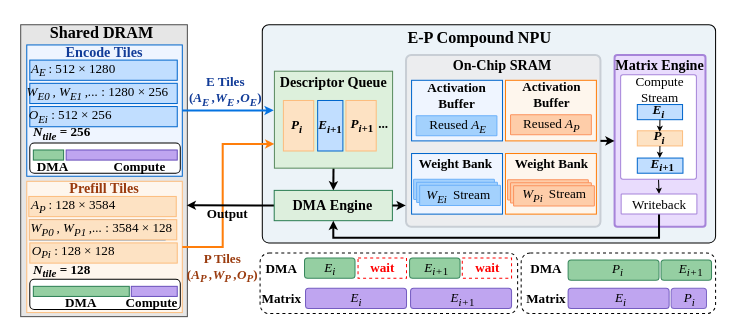
icszhr/hermes keeps this draw.io diagram as figures/nputile.drawio. Above is the earlier version. Source tidied: cells renumbered, new cells numbered last; positions are measured from the earlier drawing's top-left corner, leaving out a move shared by most shapes. Both pictures are drawn from the tidied source at 101%, with x=0, y=0 at pixel (16, 17).
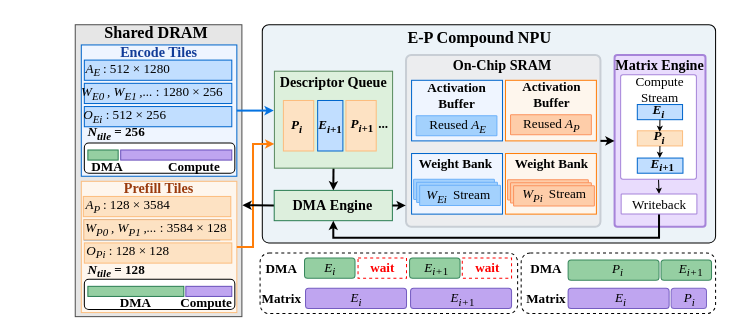
After the change.

The change refers to these unchanged cells:
```xml
<mxCell id="64" style="rounded=0;whiteSpace=wrap;html=1;fillColor=light-dark(#ddf0dc, #ededed);strokeColor=light-dark(#598b5f, #ededed);fontSize=13;" parent="1" vertex="1">
  <mxGeometry x="255.2" y="53" width="117" height="96" as="geometry" />
</mxCell>
<mxCell id="67" style="rounded=0;whiteSpace=wrap;html=1;fillColor=light-dark(#ddefdd, #ededed);strokeColor=light-dark(#2a7d52, #ededed);fontSize=13;" parent="1" vertex="1">
  <mxGeometry x="255" y="171" width="117" height="30" as="geometry" />
</mxCell>
```

Diff of the diagram source:
```diff
@@
     <mxCell id="2" style="rounded=0;whiteSpace=wrap;html=1;fillColor=light-dark(#e6e6e6, #ededed);strokeColor=#4D4D4D;fontSize=13;" parent="1" vertex="1">
-      <mxGeometry x="4" y="7" width="165" height="289" as="geometry" />
+      <mxGeometry x="58" y="7" width="165" height="289" as="geometry" />
     </mxCell>
@@
     <mxCell id="10" value="Shared DRAM" style="text;html=1;whiteSpace=wrap;strokeColor=none;fillColor=none;align=center;verticalAlign=middle;rounded=0;fontFamily=Times New Roman;fontStyle=1;fontSize=16;" parent="1" vertex="1">
-      <mxGeometry x="24.5" width="119" height="30" as="geometry" />
+      <mxGeometry x="78.5" width="119" height="30" as="geometry" />
     </mxCell>
     <mxCell id="11" style="rounded=0;whiteSpace=wrap;html=1;fillColor=light-dark(#eff5ff, #ededed);strokeColor=light-dark(#0066cc, #ededed);fontSize=13;" parent="1" vertex="1">
-      <mxGeometry x="10" y="27" width="154" height="130" as="geometry" />
+      <mxGeometry x="64" y="27" width="154" height="130" as="geometry" />
     </mxCell>
     <mxCell id="12" value="&lt;font face=&quot;Times New Roman&quot;&gt;Encode Tiles&lt;/font&gt;" style="text;html=1;whiteSpace=wrap;strokeColor=none;fillColor=none;align=center;verticalAlign=middle;rounded=0;fontStyle=1;fontColor=light-dark(#123c98, #56aeff);fontSize=14;" parent="1" vertex="1">
-      <mxGeometry x="47" y="19" width="80" height="30" as="geometry" />
+      <mxGeometry x="101" y="19" width="80" height="30" as="geometry" />
     </mxCell>
     <mxCell id="13" style="rounded=0;whiteSpace=wrap;html=1;fillColor=light-dark(#C1DEFF,#EDEDED);strokeColor=light-dark(#0066cc, #ededed);fontSize=13;" parent="1" vertex="1">
-      <mxGeometry x="13" y="42" width="146" height="20" as="geometry" />
+      <mxGeometry x="67" y="42" width="146" height="20" as="geometry" />
     </mxCell>
     <mxCell id="14" value="&lt;font face=&quot;Times New Roman&quot; style=&quot;font-weight: normal; color: rgb(0, 0, 0);&quot;&gt;&lt;i&gt;A&lt;sub&gt;&lt;font&gt;E&lt;/font&gt;&amp;nbsp;&lt;/sub&gt;&lt;/i&gt;: 512&amp;nbsp;&lt;span style=&quot;color: light-dark(rgb(0, 0, 0), rgb(237, 237, 237)); background-color: transparent;&quot;&gt;× 1280&lt;/span&gt;&lt;span style=&quot;color: light-dark(rgb(0, 0, 0), rgb(237, 237, 237)); background-color: transparent;&quot;&gt;&amp;nbsp;&lt;/span&gt;&lt;br&gt;&lt;/font&gt;" style="text;html=1;whiteSpace=wrap;strokeColor=none;fillColor=none;align=center;verticalAlign=middle;rounded=0;fontStyle=1;fontColor=#0066CC;fontSize=13;" parent="1" vertex="1">
-      <mxGeometry x="13" y="37" width="90" height="30" as="geometry" />
+      <mxGeometry x="67" y="37" width="90" height="30" as="geometry" />
     </mxCell>
     <mxCell id="15" style="rounded=0;whiteSpace=wrap;html=1;fillColor=light-dark(#C1DEFF,#EDEDED);strokeColor=light-dark(#0066cc, #ededed);fontSize=13;" parent="1" vertex="1">
-      <mxGeometry x="13" y="65" width="146" height="20" as="geometry" />
+      <mxGeometry x="67" y="65" width="146" height="20" as="geometry" />
     </mxCell>
     <mxCell id="16" value="&lt;font face=&quot;Times New Roman&quot; style=&quot;font-weight: normal; color: rgb(0, 0, 0);&quot;&gt;&lt;i&gt;W&lt;sub&gt;&lt;font&gt;E0&lt;/font&gt;&amp;nbsp;&lt;/sub&gt;,&amp;nbsp;&lt;/i&gt;&lt;i&gt;W&lt;sub&gt;&lt;font&gt;E1&lt;/font&gt; &lt;/sub&gt;,...&amp;nbsp;&lt;/i&gt;: 1280&amp;nbsp;&lt;span style=&quot;color: light-dark(rgb(0, 0, 0), rgb(237, 237, 237)); background-color: transparent;&quot;&gt;× 256&lt;/span&gt;&lt;span style=&quot;color: light-dark(rgb(0, 0, 0), rgb(237, 237, 237)); background-color: transparent;&quot;&gt;&amp;nbsp;&lt;/span&gt;&lt;br&gt;&lt;/font&gt;" style="text;html=1;whiteSpace=wrap;strokeColor=none;fillColor=none;align=center;verticalAlign=middle;rounded=0;fontStyle=1;fontColor=#0066CC;fontSize=13;" parent="1" vertex="1">
-      <mxGeometry x="9" y="65" width="146" height="20" as="geometry" />
+      <mxGeometry x="63" y="65" width="146" height="20" as="geometry" />
     </mxCell>
     <mxCell id="17" style="rounded=0;whiteSpace=wrap;html=1;fillColor=light-dark(#C1DEFF,#EDEDED);strokeColor=light-dark(#0066cc, #ededed);fontSize=13;" parent="1" vertex="1">
-      <mxGeometry x="13" y="88" width="146" height="20" as="geometry" />
+      <mxGeometry x="67" y="88" width="146" height="20" as="geometry" />
     </mxCell>
     <mxCell id="18" value="&lt;font face=&quot;Times New Roman&quot; style=&quot;font-weight: normal; color: rgb(0, 0, 0);&quot;&gt;&lt;i&gt;O&lt;sub&gt;&lt;font&gt;Ei&lt;/font&gt;&lt;/sub&gt;&lt;/i&gt;&lt;i&gt;&amp;nbsp;&lt;/i&gt;: 512&amp;nbsp;&lt;span style=&quot;color: light-dark(rgb(0, 0, 0), rgb(237, 237, 237)); background-color: transparent;&quot;&gt;× 256&lt;/span&gt;&lt;span style=&quot;color: light-dark(rgb(0, 0, 0), rgb(237, 237, 237)); background-color: transparent;&quot;&gt;&amp;nbsp;&lt;/span&gt;&lt;br&gt;&lt;/font&gt;" style="text;html=1;whiteSpace=wrap;strokeColor=none;fillColor=none;align=center;verticalAlign=middle;rounded=0;fontStyle=1;fontColor=#0066CC;fontSize=13;" parent="1" vertex="1">
-      <mxGeometry x="10" y="88" width="90" height="20" as="geometry" />
+      <mxGeometry x="64" y="88" width="90" height="20" as="geometry" />
     </mxCell>
     <mxCell id="19" style="rounded=1;whiteSpace=wrap;html=1;fontSize=13;" parent="1" vertex="1">
-      <mxGeometry x="13" y="124" width="149" height="30" as="geometry" />
+      <mxGeometry x="67" y="124" width="149" height="30" as="geometry" />
     </mxCell>
     <mxCell id="20" value="&lt;font color=&quot;#000000&quot; face=&quot;Times New Roman&quot;&gt;&lt;span&gt;&lt;i&gt;N&lt;/i&gt;&lt;sub style=&quot;font-style: italic;&quot;&gt;&lt;font&gt;tile&lt;/font&gt;&lt;/sub&gt;&amp;nbsp;= 256&lt;/span&gt;&lt;/font&gt;" style="text;html=1;whiteSpace=wrap;strokeColor=none;fillColor=none;align=center;verticalAlign=middle;rounded=0;fontStyle=1;fontColor=#0066CC;fontSize=13;" parent="1" vertex="1">
-      <mxGeometry x="10" y="105" width="70" height="20" as="geometry" />
+      <mxGeometry x="64" y="105" width="70" height="20" as="geometry" />
     </mxCell>
     <mxCell id="21" style="rounded=0;whiteSpace=wrap;html=1;fillColor=light-dark(#95cfa2, #ededed);strokeColor=light-dark(#2a7d52, #ededed);fontSize=13;" parent="1" vertex="1">
-      <mxGeometry x="16.5" y="131" width="30" height="10" as="geometry" />
+      <mxGeometry x="70.5" y="131" width="30" height="10" as="geometry" />
     </mxCell>
     <mxCell id="22" style="rounded=0;whiteSpace=wrap;html=1;fillColor=light-dark(#bfa5f0, #ededed);strokeColor=light-dark(#6950bb, #ededed);fontSize=13;" parent="1" vertex="1">
-      <mxGeometry x="49" y="131" width="110" height="10" as="geometry" />
+      <mxGeometry x="103" y="131" width="110" height="10" as="geometry" />
     </mxCell>
     <mxCell id="23" value="&lt;font color=&quot;#000000&quot; face=&quot;Times New Roman&quot;&gt;DMA&lt;/font&gt;" style="text;html=1;whiteSpace=wrap;strokeColor=none;fillColor=none;align=center;verticalAlign=middle;rounded=0;fontStyle=1;fontColor=#0066CC;fontSize=13;" parent="1" vertex="1">
-      <mxGeometry x="0.5" y="137" width="70" height="20" as="geometry" />
+      <mxGeometry x="54.5" y="137" width="70" height="20" as="geometry" />
     </mxCell>
     <mxCell id="24" value="&lt;font color=&quot;#000000&quot; face=&quot;Times New Roman&quot;&gt;&lt;span&gt;Compute&lt;/span&gt;&lt;/font&gt;" style="text;html=1;whiteSpace=wrap;strokeColor=none;fillColor=none;align=center;verticalAlign=middle;rounded=0;fontStyle=1;fontColor=#0066CC;fontSize=13;" parent="1" vertex="1">
-      <mxGeometry x="86.5" y="137" width="70" height="20" as="geometry" />
+      <mxGeometry x="140.5" y="137" width="70" height="20" as="geometry" />
     </mxCell>
     <mxCell id="25" style="rounded=0;whiteSpace=wrap;html=1;fillColor=light-dark(#fef6ed, #ededed);strokeColor=light-dark(#fcbd7e, #ededed);fontSize=13;" parent="1" vertex="1">
-      <mxGeometry x="10" y="162" width="154" height="130" as="geometry" />
+      <mxGeometry x="64" y="162" width="154" height="130" as="geometry" />
     </mxCell>
     <mxCell id="26" value="&lt;font face=&quot;Times New Roman&quot;&gt;Prefill Tiles&lt;/font&gt;" style="text;html=1;whiteSpace=wrap;strokeColor=none;fillColor=none;align=center;verticalAlign=middle;rounded=0;fontStyle=1;fontColor=light-dark(#9a3b0e, #56aeff);fontSize=14;" parent="1" vertex="1">
-      <mxGeometry x="47" y="154" width="80" height="30" as="geometry" />
+      <mxGeometry x="101" y="154" width="80" height="30" as="geometry" />
     </mxCell>
     <mxCell id="27" style="rounded=0;whiteSpace=wrap;html=1;fillColor=light-dark(#fde2c3, #EDEDED);strokeColor=light-dark(#fcbd7e, #ededed);fontSize=13;" parent="1" vertex="1">
-      <mxGeometry x="12" y="177" width="146" height="20" as="geometry" />
+      <mxGeometry x="66" y="177" width="146" height="20" as="geometry" />
     </mxCell>
     <mxCell id="28" value="&lt;font face=&quot;Times New Roman&quot; style=&quot;font-weight: normal; color: rgb(0, 0, 0);&quot;&gt;&lt;i&gt;A&lt;sub&gt;&lt;font&gt;P&lt;/font&gt;&amp;nbsp;&lt;/sub&gt;&lt;/i&gt;: 128&amp;nbsp;&lt;span style=&quot;color: light-dark(rgb(0, 0, 0), rgb(237, 237, 237)); background-color: transparent;&quot;&gt;× 3584&lt;/span&gt;&lt;span style=&quot;color: light-dark(rgb(0, 0, 0), rgb(237, 237, 237)); background-color: transparent;&quot;&gt;&amp;nbsp;&lt;/span&gt;&lt;br&gt;&lt;/font&gt;" style="text;html=1;whiteSpace=wrap;strokeColor=none;fillColor=none;align=center;verticalAlign=middle;rounded=0;fontStyle=1;fontColor=#0066CC;fontSize=13;" parent="1" vertex="1">
-      <mxGeometry x="13" y="172" width="90" height="30" as="geometry" />
+      <mxGeometry x="67" y="172" width="90" height="30" as="geometry" />
     </mxCell>
     <mxCell id="29" style="rounded=0;whiteSpace=wrap;html=1;fillColor=light-dark(#C1DEFF,#EDEDED);strokeColor=light-dark(#0066cc, #ededed);fontSize=13;" parent="1" vertex="1">
-      <mxGeometry x="13" y="200" width="134" height="20" as="geometry" />
+      <mxGeometry x="67" y="200" width="134" height="20" as="geometry" />
     </mxCell>
     <mxCell id="30" value="&lt;font face=&quot;Times New Roman&quot; style=&quot;font-weight: normal; color: rgb(0, 0, 0);&quot;&gt;&lt;i&gt;W&lt;sub&gt;&lt;font&gt;P0&lt;/font&gt;&amp;nbsp;&lt;/sub&gt;,&amp;nbsp;&lt;/i&gt;&lt;i&gt;W&lt;sub&gt;&lt;font&gt;P1&lt;/font&gt; &lt;/sub&gt;,...&amp;nbsp;&lt;/i&gt;: 3584&amp;nbsp;&lt;span style=&quot;color: light-dark(rgb(0, 0, 0), rgb(237, 237, 237)); background-color: transparent;&quot;&gt;× 128&lt;/span&gt;&lt;span style=&quot;color: light-dark(rgb(0, 0, 0), rgb(237, 237, 237)); background-color: transparent;&quot;&gt;&amp;nbsp;&lt;/span&gt;&lt;br&gt;&lt;/font&gt;" style="text;html=1;whiteSpace=wrap;strokeColor=light-dark(#fcbd7e, #ededed);fillColor=light-dark(#fde2c3, #EDEDED);align=center;verticalAlign=middle;rounded=0;fontStyle=1;fontColor=#0066CC;fontSize=13;" parent="1" vertex="1">
-      <mxGeometry x="12.5" y="200" width="146" height="20" as="geometry" />
+      <mxGeometry x="66.5" y="200" width="146" height="20" as="geometry" />
     </mxCell>
     <mxCell id="31" style="rounded=0;whiteSpace=wrap;html=1;fillColor=light-dark(#fde2c3, #EDEDED);strokeColor=light-dark(#fcbd7e, #ededed);fontSize=13;" parent="1" vertex="1">
-      <mxGeometry x="13" y="223" width="146" height="20" as="geometry" />
+      <mxGeometry x="67" y="223" width="146" height="20" as="geometry" />
     </mxCell>
     <mxCell id="32" value="&lt;font face=&quot;Times New Roman&quot; style=&quot;font-weight: normal; color: rgb(0, 0, 0);&quot;&gt;&lt;i&gt;O&lt;sub&gt;&lt;font&gt;Pi&lt;/font&gt;&lt;/sub&gt;&lt;/i&gt;&lt;i&gt;&amp;nbsp;&lt;/i&gt;: 128&amp;nbsp;&lt;span style=&quot;color: light-dark(rgb(0, 0, 0), rgb(237, 237, 237)); background-color: transparent;&quot;&gt;× 128&lt;/span&gt;&lt;span style=&quot;color: light-dark(rgb(0, 0, 0), rgb(237, 237, 237)); background-color: transparent;&quot;&gt;&amp;nbsp;&lt;/span&gt;&lt;br&gt;&lt;/font&gt;" style="text;html=1;whiteSpace=wrap;strokeColor=none;fillColor=none;align=center;verticalAlign=middle;rounded=0;fontStyle=1;fontColor=#0066CC;fontSize=13;" parent="1" vertex="1">
-      <mxGeometry x="13" y="222" width="90" height="20" as="geometry" />
+      <mxGeometry x="67" y="222" width="90" height="20" as="geometry" />
     </mxCell>
     <mxCell id="33" style="rounded=1;whiteSpace=wrap;html=1;fontSize=13;" parent="1" vertex="1">
-      <mxGeometry x="13" y="259" width="149" height="30" as="geometry" />
+      <mxGeometry x="67" y="259" width="149" height="30" as="geometry" />
     </mxCell>
     <mxCell id="34" value="&lt;font color=&quot;#000000&quot; face=&quot;Times New Roman&quot;&gt;&lt;span&gt;&lt;i&gt;N&lt;/i&gt;&lt;sub style=&quot;font-style: italic;&quot;&gt;&lt;font&gt;tile&lt;/font&gt;&lt;/sub&gt;&amp;nbsp;= 128&lt;/span&gt;&lt;/font&gt;" style="text;html=1;whiteSpace=wrap;strokeColor=none;fillColor=none;align=center;verticalAlign=middle;rounded=0;fontStyle=1;fontColor=#0066CC;fontSize=13;" parent="1" vertex="1">
-      <mxGeometry x="10" y="241" width="70" height="20" as="geometry" />
+      <mxGeometry x="64" y="241" width="70" height="20" as="geometry" />
     </mxCell>
     <mxCell id="35" style="rounded=0;whiteSpace=wrap;html=1;fillColor=light-dark(#95cfa2, #ededed);strokeColor=light-dark(#2a7d52, #ededed);fontSize=13;" parent="1" vertex="1">
-      <mxGeometry x="16.5" y="266" width="95" height="10" as="geometry" />
+      <mxGeometry x="70.5" y="266" width="95" height="10" as="geometry" />
     </mxCell>
     <mxCell id="36" style="rounded=0;whiteSpace=wrap;html=1;fillColor=light-dark(#bfa5f0, #ededed);strokeColor=light-dark(#6950bb, #ededed);fontSize=13;" parent="1" vertex="1">
-      <mxGeometry x="113.5" y="266" width="45.5" height="10" as="geometry" />
+      <mxGeometry x="167.5" y="266" width="45.5" height="10" as="geometry" />
     </mxCell>
     <mxCell id="37" value="&lt;font color=&quot;#000000&quot; face=&quot;Times New Roman&quot;&gt;DMA&lt;/font&gt;" style="text;html=1;whiteSpace=wrap;strokeColor=none;fillColor=none;align=center;verticalAlign=middle;rounded=0;fontStyle=1;fontColor=#0066CC;fontSize=13;" parent="1" vertex="1">
-      <mxGeometry x="29" y="272" width="70" height="20" as="geometry" />
+      <mxGeometry x="83" y="272" width="70" height="20" as="geometry" />
     </mxCell>
     <mxCell id="38" value="&lt;font color=&quot;#000000&quot; face=&quot;Times New Roman&quot;&gt;&lt;span&gt;Compute&lt;/span&gt;&lt;/font&gt;" style="text;html=1;whiteSpace=wrap;strokeColor=none;fillColor=none;align=center;verticalAlign=middle;rounded=0;fontStyle=1;fontColor=#0066CC;fontSize=13;" parent="1" vertex="1">
-      <mxGeometry x="99" y="272" width="70" height="20" as="geometry" />
+      <mxGeometry x="153" y="272" width="70" height="20" as="geometry" />
     </mxCell>
@@
     <mxCell id="40" style="edgeStyle=orthogonalEdgeStyle;rounded=0;jettySize=auto;html=1;exitX=1;exitY=0.5;exitDx=0;exitDy=0;strokeWidth=2;endSize=3;strokeColor=light-dark(#ff7e0a, #ededed);entryX=0;entryY=0.75;entryDx=0;entryDy=0;fontSize=13;" parent="1" edge="1" source="25" target="64">
       <mxGeometry relative="1" as="geometry">
         <Array as="points">
-          <mxPoint x="204" y="227" />
-          <mxPoint x="204" y="125" />
+          <mxPoint x="234" y="227" />
+          <mxPoint x="234" y="125" />
         </Array>
       </mxGeometry>
     </mxCell>
-    <mxCell id="41" value="&lt;font face=&quot;Times New Roman&quot;&gt;E Tiles&lt;/font&gt;&lt;div&gt;&lt;font face=&quot;Times New Roman&quot;&gt;(&lt;i&gt;A&lt;sub&gt;&lt;font&gt;E&amp;nbsp;&lt;/font&gt;&lt;/sub&gt;,W&lt;sub&gt;&lt;font&gt;E&amp;nbsp;&lt;/font&gt;&lt;/sub&gt;&lt;span&gt;,&lt;/span&gt;&lt;font&gt;O&lt;sub&gt;&lt;font&gt;E&lt;/font&gt;&lt;/sub&gt;&lt;/font&gt;&lt;/i&gt;)&lt;/font&gt;&lt;/div&gt;" style="text;html=1;whiteSpace=wrap;strokeColor=none;fillColor=none;align=center;verticalAlign=middle;rounded=0;fontStyle=1;fontColor=light-dark(#123c98, #56aeff);fontSize=13;" parent="1" vertex="1">
-      <mxGeometry x="167" y="58" width="80" height="30" as="geometry" />
-    </mxCell>
-    <mxCell id="42" value="&lt;font face=&quot;Times New Roman&quot;&gt;P Tiles&lt;/font&gt;&lt;div&gt;&lt;font face=&quot;Times New Roman&quot;&gt;(&lt;i&gt;A&lt;sub&gt;&lt;font&gt;P&amp;nbsp;&lt;/font&gt;&lt;/sub&gt;,W&lt;sub&gt;&lt;font&gt;P&amp;nbsp;&lt;/font&gt;&lt;/sub&gt;&lt;span&gt;,&lt;/span&gt;&lt;font&gt;O&lt;sub&gt;&lt;font&gt;P&lt;/font&gt;&lt;/sub&gt;&lt;/font&gt;&lt;/i&gt;)&lt;/font&gt;&lt;/div&gt;" style="text;html=1;whiteSpace=wrap;strokeColor=none;fillColor=none;align=center;verticalAlign=middle;rounded=0;fontStyle=1;fontColor=light-dark(#9a3b0e, #56aeff);fontSize=13;" parent="1" vertex="1">
-      <mxGeometry x="164" y="233" width="80" height="30" as="geometry" />
-    </mxCell>
@@
-    <mxCell id="66" style="rounded=0;jettySize=auto;html=1;exitX=0;exitY=0.5;exitDx=0;exitDy=0;entryX=0.187;entryY=0.088;entryDx=0;entryDy=0;endSize=3;strokeWidth=2;fontSize=13;entryPerimeter=0;" parent="1" edge="1" source="67" target="116">
-      <mxGeometry relative="1" as="geometry" />
+    <mxCell id="66" style="rounded=0;jettySize=auto;html=1;exitX=0;exitY=0.5;exitDx=0;exitDy=0;entryX=0.319;entryY=0.103;entryDx=0;entryDy=0;endSize=3;strokeWidth=2;fontSize=13;entryPerimeter=0;" parent="1" edge="1" source="67">
+      <mxGeometry relative="1" as="geometry">
+        <mxPoint x="223.5" y="185.6" as="targetPoint" />
+      </mxGeometry>
     </mxCell>
@@
-    <mxCell id="116" value="&lt;font color=&quot;#000000&quot; face=&quot;Times New Roman&quot;&gt;Output&lt;/font&gt;" style="text;html=1;whiteSpace=wrap;strokeColor=none;fillColor=none;align=center;verticalAlign=middle;rounded=0;fontStyle=1;fontColor=light-dark(#123c98, #56aeff);fontSize=13;" parent="1" vertex="1">
-      <mxGeometry x="144" y="184" width="130" height="20" as="geometry" />
-    </mxCell>
```
